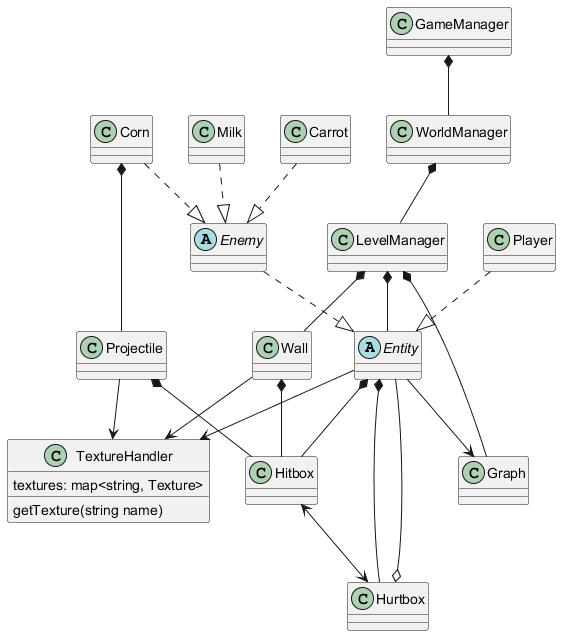
G-Arlabosse/JIN-Gillian-Leo keeps this PlantUML diagram as diagrammeUML.png. Above is the earlier version.
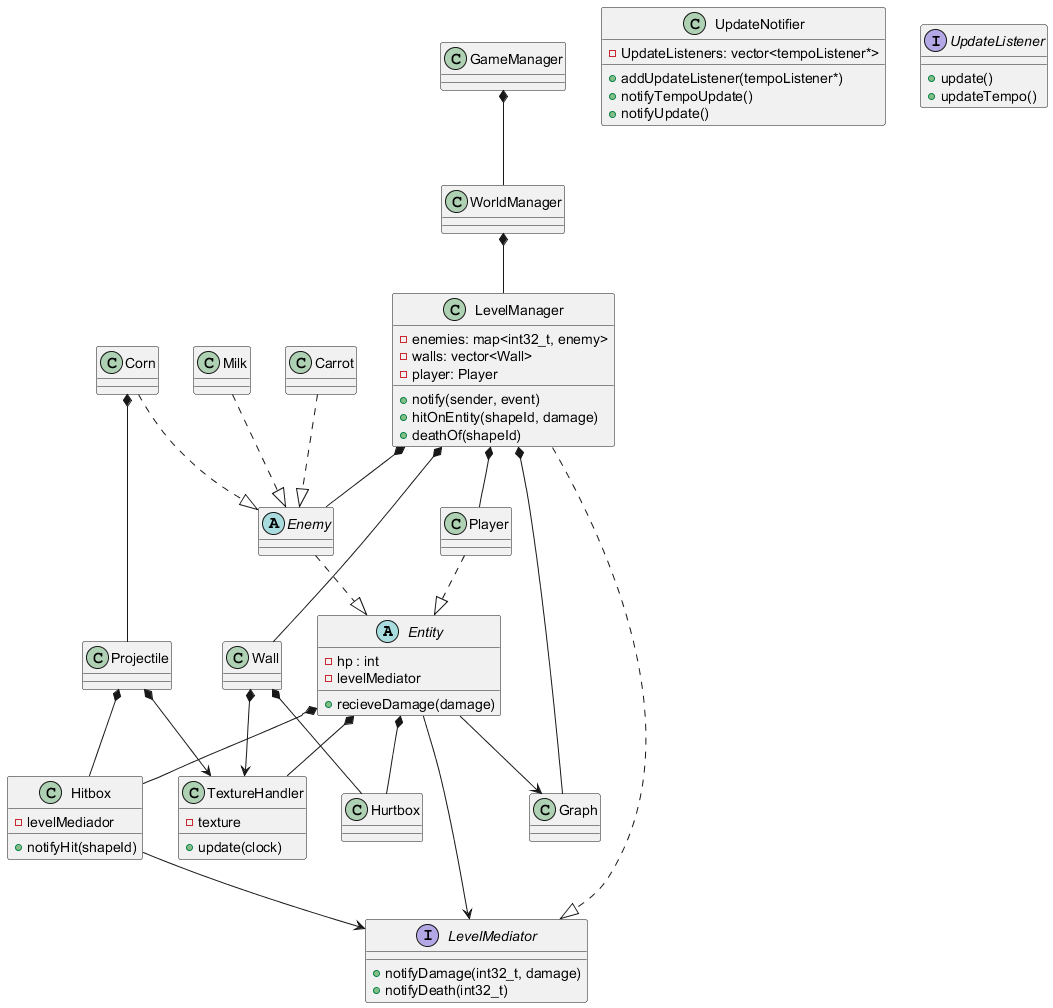
After the change.

Change to the diagram source:
```diff
@@ -1,8 +1,9 @@
 @startuml
 
 abstract	Entity{
-{field}
-{method}
+{field} 	- hp : int
+{field}		- levelMediator
+{method}	+ recieveDamage(damage)
 }
 
 class		Player{
@@ -46,8 +47,29 @@
 }
 
 class		LevelManager{
-{field}
-{method}
+{field} 	- enemies: map<int32_t, enemy>
+{field}		- walls: vector<Wall>
+{field}		- player: Player
+{method}	+ notify(sender, event)
+{method}	+ hitOnEntity(shapeId, damage)
+{method}	+ deathOf(shapeId)
+}
+
+interface 	LevelMediator{
+{method}	+ notifyDamage(int32_t, damage)
+{method}	+ notifyDeath(int32_t)
+}
+
+class		UpdateNotifier{
+{field}		- UpdateListeners: vector<tempoListener*>
+{method}	+ addUpdateListener(tempoListener*)
+{method}	+ notifyTempoUpdate()
+{method}	+ notifyUpdate()
+}
+
+interface	UpdateListener{
+{method}	+ update()
+{method}	+ updateTempo()
 }
 
 class		Graph{
@@ -56,8 +78,8 @@
 }
 
 class		Hitbox{
-{field}
-{method}
+{field} 	- levelMediador
+{method}	+ notifyHit(shapeId)
 }
 
 class		Hurtbox{
@@ -71,30 +93,39 @@
 }
 
 class		TextureHandler{
-{field}		textures: map<string, Texture>
-{method}	getTexture(string name)
+{field}		- texture
+{method}	+ update(clock)
 }
+
 
 Player ..|> Entity
 Enemy ..|> Entity
 Corn ..|> Enemy
 Milk ..|> Enemy
 Carrot ..|> Enemy
+
+GameManager *-- WorldManager
 WorldManager*-- LevelManager
 LevelManager *-- Graph
 Entity --> Graph
-LevelManager *-- Entity
+
+LevelManager *-- Enemy
+LevelManager *-- Player
 LevelManager *-- Wall
-GameManager *-- WorldManager
+
+Hitbox --> LevelMediator
+Entity --> LevelMediator
+LevelManager ..|> LevelMediator
+
 Entity *-- Hitbox
+Projectile *-- Hitbox
+Wall *-- Hurtbox
 Entity *-- Hurtbox
-Hurtbox o-- Entity
-Hitbox <--> Hurtbox
-Projectile *-- Hitbox
-Wall *-- Hitbox
-Entity --> TextureHandler
-Wall --> TextureHandler
-Projectile --> TextureHandler
+
+Entity *-- TextureHandler
+Wall *--> TextureHandler
+Projectile *--> TextureHandler
+
 Corn *-- Projectile
 
 @enduml
```
